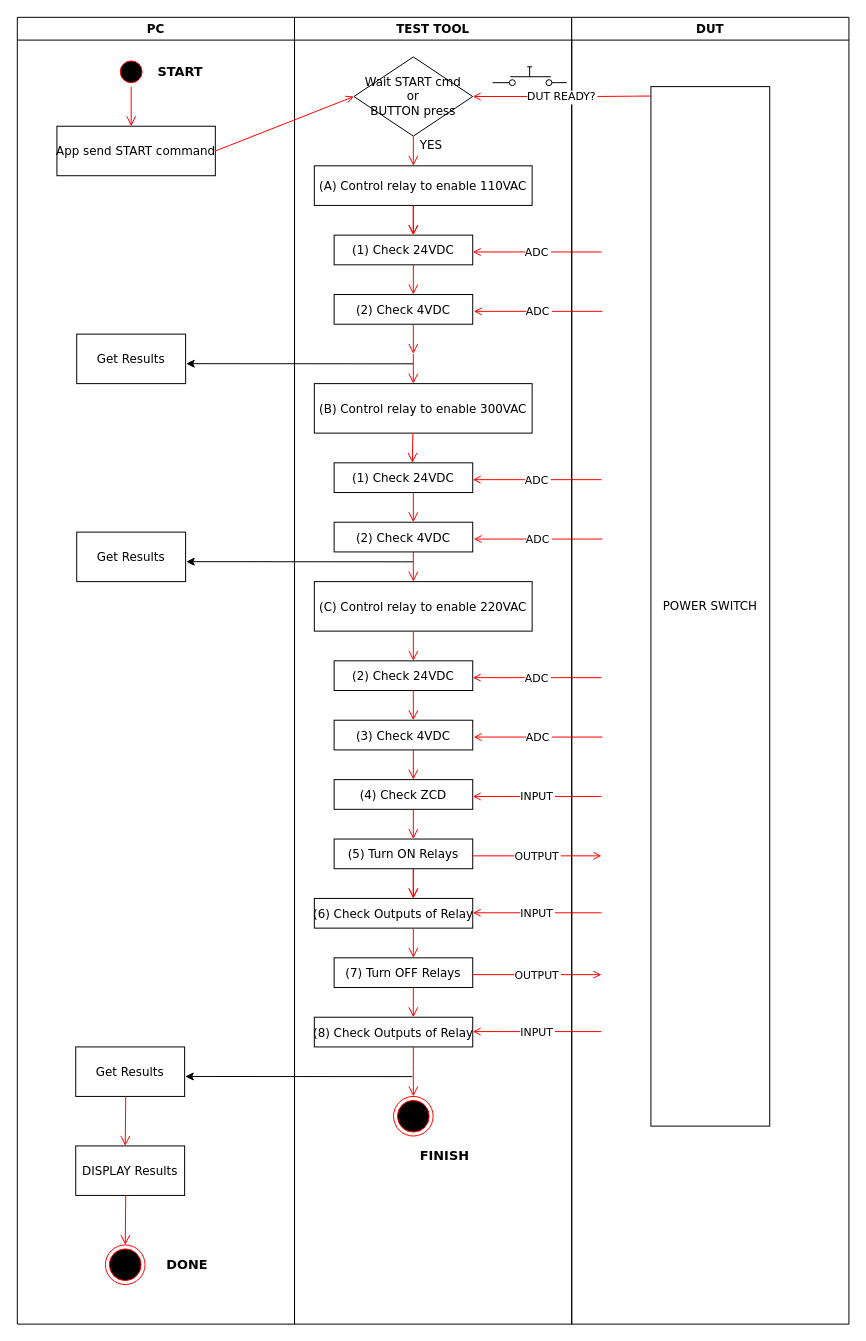
This is Touch_Test_flow.drawio from anhvanthe/01_my_drawio, a draw.io file, before an edit. Source tidied: cells renumbered, new cells numbered last; positions are measured from the earlier drawing's top-left corner, leaving out a move shared by most shapes. Both pictures are drawn from the tidied source at 99%, with x=0, y=0 at pixel (17, 17).
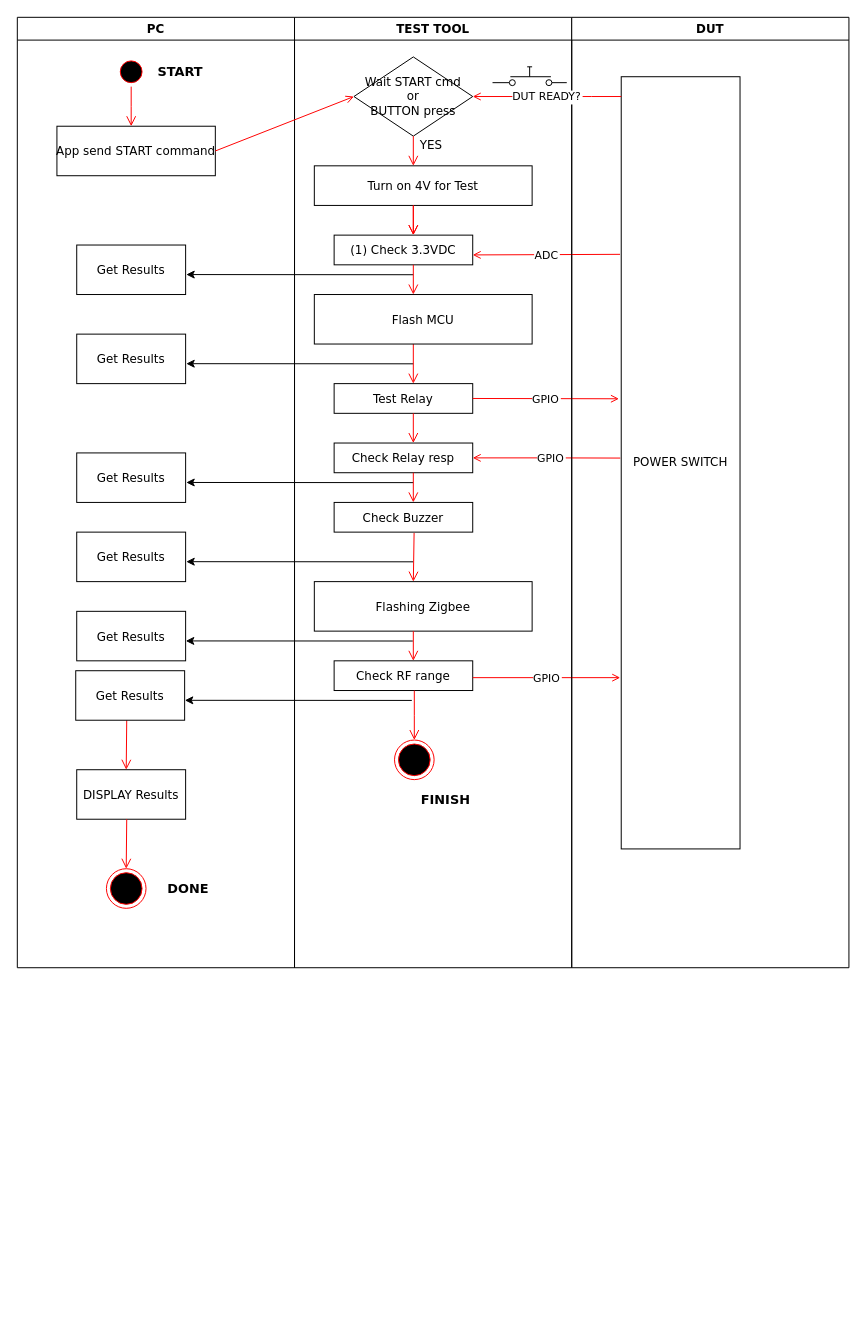
Above is the later version.

Unchanged cells that the change refers to:
```xml
<mxCell id="33" value="Wait START cmd&lt;br&gt;or&lt;br&gt;BUTTON press" style="rhombus;whiteSpace=wrap;html=1;fontFamily=Verdana;" parent="18" vertex="1">
  <mxGeometry x="60" y="40" width="120" height="80" as="geometry" />
</mxCell>
```

What changed in the source:
```diff
@@
     <mxCell id="2" value="PC" style="swimlane;whiteSpace=wrap;fontFamily=Verdana;" parent="1" vertex="1">
-      <mxGeometry width="280" height="1320" as="geometry" />
+      <mxGeometry width="280" height="960" as="geometry" />
     </mxCell>
@@
     <mxCell id="7" value="Get Results" style="fontFamily=Verdana;" parent="2" vertex="1">
-      <mxGeometry x="60" y="320" width="110" height="50" as="geometry" />
+      <mxGeometry x="60" y="230" width="110" height="50" as="geometry" />
     </mxCell>
     <mxCell id="8" style="endArrow=classic;html=1;entryX=1.006;entryY=0.597;entryDx=0;entryDy=0;entryPerimeter=0;fontFamily=Verdana;" parent="2" edge="1" target="7">
       <mxGeometry relative="1" as="geometry">
-        <mxPoint x="400" y="350" as="sourcePoint" />
+        <mxPoint x="400" y="260" as="sourcePoint" />
       </mxGeometry>
     </mxCell>
@@
-    <mxCell id="11" value="Get Results" style="fontFamily=Verdana;" parent="2" vertex="1">
-      <mxGeometry x="59" y="1040" width="110" height="50" as="geometry" />
-    </mxCell>
-    <mxCell id="12" style="endArrow=classic;html=1;entryX=1.006;entryY=0.597;entryDx=0;entryDy=0;entryPerimeter=0;fontFamily=Verdana;" parent="2" edge="1" target="11">
-      <mxGeometry relative="1" as="geometry">
-        <mxPoint x="399" y="1070" as="sourcePoint" />
-      </mxGeometry>
-    </mxCell>
     <mxCell id="13" value="DISPLAY Results" style="fontFamily=Verdana;" parent="2" vertex="1">
-      <mxGeometry x="59" y="1140" width="110" height="50" as="geometry" />
+      <mxGeometry x="60" y="760" width="110" height="50" as="geometry" />
     </mxCell>
     <mxCell id="14" style="edgeStyle=elbowEdgeStyle;elbow=horizontal;verticalAlign=bottom;endArrow=open;endSize=8;strokeColor=#FF0000;endFill=1;rounded=0;fontFamily=Verdana;" parent="2" edge="1">
-      <mxGeometry x="-4025.5" y="-150" as="geometry">
-        <mxPoint x="109.5" y="1090" as="sourcePoint" />
-        <mxPoint x="109" y="1140" as="targetPoint" />
+      <mxGeometry x="-4024.5" y="-530" as="geometry">
+        <mxPoint x="110.5" y="710" as="sourcePoint" />
+        <mxPoint x="110" y="760" as="targetPoint" />
       </mxGeometry>
     </mxCell>
     <mxCell id="15" style="edgeStyle=elbowEdgeStyle;elbow=horizontal;verticalAlign=bottom;endArrow=open;endSize=8;strokeColor=#FF0000;endFill=1;rounded=0;fontFamily=Verdana;" parent="2" edge="1">
-      <mxGeometry x="-4185.5" y="-170" as="geometry">
-        <mxPoint x="109.5" y="1190" as="sourcePoint" />
-        <mxPoint x="109" y="1240" as="targetPoint" />
+      <mxGeometry x="-4184.5" y="-550" as="geometry">
+        <mxPoint x="110.5" y="810" as="sourcePoint" />
+        <mxPoint x="110" y="860" as="targetPoint" />
       </mxGeometry>
     </mxCell>
     <mxCell id="16" style="ellipse;shape=endState;fillColor=#000000;strokeColor=#ff0000;fontFamily=Verdana;" parent="2" vertex="1">
-      <mxGeometry x="89" y="1240" width="40" height="40" as="geometry" />
+      <mxGeometry x="90" y="860" width="40" height="40" as="geometry" />
     </mxCell>
     <mxCell id="17" value="&lt;font style=&quot;font-size: 13px&quot;&gt;&lt;b&gt;DONE&lt;/b&gt;&lt;/font&gt;" style="text;html=1;align=left;verticalAlign=top;spacingTop=-4;fontFamily=Verdana;" parent="2" vertex="1">
-      <mxGeometry x="149" y="1250" width="60" height="20" as="geometry" />
+      <mxGeometry x="150" y="870" width="60" height="20" as="geometry" />
     </mxCell>
+    <mxCell id="71" value="Get Results" style="fontFamily=Verdana;" parent="2" vertex="1">
+      <mxGeometry x="60" y="320" width="110" height="50" as="geometry" />
+    </mxCell>
+    <mxCell id="72" style="endArrow=classic;html=1;entryX=1.006;entryY=0.597;entryDx=0;entryDy=0;entryPerimeter=0;fontFamily=Verdana;" parent="2" edge="1" target="71">
+      <mxGeometry relative="1" as="geometry">
+        <mxPoint x="400" y="350" as="sourcePoint" />
+      </mxGeometry>
+    </mxCell>
+    <mxCell id="73" style="edgeStyle=elbowEdgeStyle;elbow=horizontal;verticalAlign=bottom;endArrow=open;endSize=8;strokeColor=#FF0000;endFill=1;rounded=0;fontFamily=Verdana;entryX=0.57;entryY=0;entryDx=0;entryDy=0;entryPerimeter=0;" parent="2" edge="1" target="36">
+      <mxGeometry x="-655" y="-70" as="geometry">
+        <mxPoint x="400" y="330" as="sourcePoint" />
+      </mxGeometry>
+    </mxCell>
+    <mxCell id="74" value="Get Results" style="fontFamily=Verdana;" parent="2" vertex="1">
+      <mxGeometry x="60" y="440" width="110" height="50" as="geometry" />
+    </mxCell>
+    <mxCell id="75" style="endArrow=classic;html=1;entryX=1.006;entryY=0.597;entryDx=0;entryDy=0;entryPerimeter=0;fontFamily=Verdana;" parent="2" edge="1" target="74">
+      <mxGeometry relative="1" as="geometry">
+        <mxPoint x="400" y="470" as="sourcePoint" />
+      </mxGeometry>
+    </mxCell>
+    <mxCell id="76" value="Get Results" style="fontFamily=Verdana;" parent="2" vertex="1">
+      <mxGeometry x="60" y="600" width="110" height="50" as="geometry" />
+    </mxCell>
+    <mxCell id="77" style="endArrow=classic;html=1;entryX=1.006;entryY=0.597;entryDx=0;entryDy=0;entryPerimeter=0;fontFamily=Verdana;" parent="2" edge="1">
+      <mxGeometry relative="1" as="geometry">
+        <mxPoint x="399.5" y="630" as="sourcePoint" />
+        <mxPoint x="170.2" y="629.9" as="targetPoint" />
+      </mxGeometry>
+    </mxCell>
+    <mxCell id="78" value="Get Results" style="fontFamily=Verdana;" parent="2" vertex="1">
+      <mxGeometry x="59" y="660" width="110" height="50" as="geometry" />
+    </mxCell>
+    <mxCell id="79" style="endArrow=classic;html=1;entryX=1.006;entryY=0.597;entryDx=0;entryDy=0;entryPerimeter=0;fontFamily=Verdana;" parent="2" edge="1">
+      <mxGeometry relative="1" as="geometry">
+        <mxPoint x="398.5" y="690" as="sourcePoint" />
+        <mxPoint x="169.2" y="689.9" as="targetPoint" />
+      </mxGeometry>
+    </mxCell>
     <mxCell id="18" value="TEST TOOL" style="swimlane;whiteSpace=wrap;startSize=23;fontFamily=Verdana;" parent="1" vertex="1">
-      <mxGeometry x="280" width="280" height="1320" as="geometry" />
+      <mxGeometry x="280" width="280" height="960" as="geometry" />
     </mxCell>
-    <mxCell id="19" value="(A) Control relay to enable 110VAC" style="fontFamily=Verdana;" parent="18" vertex="1">
+    <mxCell id="19" value="Turn on 4V for Test" style="fontFamily=Verdana;" parent="18" vertex="1">
       <mxGeometry x="20" y="150" width="220" height="40" as="geometry" />
     </mxCell>
-    <mxCell id="20" value="(1) Check 24VDC" style="fontFamily=Verdana;" parent="18" vertex="1">
+    <mxCell id="20" value="(1) Check 3.3VDC" style="fontFamily=Verdana;" parent="18" vertex="1">
       <mxGeometry x="40" y="220" width="140" height="30" as="geometry" />
     </mxCell>
-    <mxCell id="21" value="(2) Check 4VDC" style="fontFamily=Verdana;" parent="18" vertex="1">
-      <mxGeometry x="40" y="280" width="140" height="30" as="geometry" />
-    </mxCell>
-    <mxCell id="22" value="ADC" style="endArrow=open;strokeColor=#FF0000;endFill=1;rounded=0;fontFamily=Verdana;" parent="18" edge="1">
+    <mxCell id="22" value="ADC" style="endArrow=open;strokeColor=#FF0000;endFill=1;rounded=0;fontFamily=Verdana;exitX=-0.01;exitY=0.23;exitDx=0;exitDy=0;exitPerimeter=0;" parent="18" edge="1" source="68">
       <mxGeometry relative="1" as="geometry">
-        <mxPoint x="310" y="237" as="sourcePoint" />
-        <mxPoint x="180" y="237" as="targetPoint" />
+        <mxPoint x="180" y="240" as="targetPoint" />
       </mxGeometry>
     </mxCell>
-    <mxCell id="23" value="ADC" style="endArrow=open;strokeColor=#FF0000;endFill=1;rounded=0;fontFamily=Verdana;" parent="18" edge="1">
-      <mxGeometry relative="1" as="geometry">
-        <mxPoint x="311" y="297" as="sourcePoint" />
-        <mxPoint x="181" y="297" as="targetPoint" />
-      </mxGeometry>
-    </mxCell>
@@
-    <mxCell id="27" style="edgeStyle=elbowEdgeStyle;elbow=horizontal;verticalAlign=bottom;endArrow=open;endSize=8;strokeColor=#FF0000;endFill=1;rounded=0;fontFamily=Verdana;" parent="18" edge="1">
-      <mxGeometry x="-935" y="-90" as="geometry">
-        <mxPoint x="120" y="310" as="sourcePoint" />
-        <mxPoint x="119.8" y="340" as="targetPoint" />
-      </mxGeometry>
-    </mxCell>
-    <mxCell id="28" style="edgeStyle=elbowEdgeStyle;elbow=horizontal;verticalAlign=bottom;endArrow=open;endSize=8;strokeColor=#FF0000;endFill=1;rounded=0;fontFamily=Verdana;" parent="18" edge="1">
-      <mxGeometry x="-2255" y="-420" as="geometry">
-        <mxPoint x="120" y="340" as="sourcePoint" />
-        <mxPoint x="119.8" y="370" as="targetPoint" />
-      </mxGeometry>
-    </mxCell>
-    <mxCell id="29" value="(B) Control relay to enable 300VAC" style="fontFamily=Verdana;" parent="18" vertex="1">
-      <mxGeometry x="20" y="370" width="220" height="50" as="geometry" />
+    <mxCell id="29" value="Flash MCU" style="fontFamily=Verdana;" parent="18" vertex="1">
+      <mxGeometry x="20" y="280" width="220" height="50" as="geometry" />
     </mxCell>
-    <mxCell id="30" value="(C) Control relay to enable 220VAC" style="fontFamily=Verdana;" parent="18" vertex="1">
+    <mxCell id="30" value="Flashing Zigbee" style="fontFamily=Verdana;" parent="18" vertex="1">
       <mxGeometry x="20" y="570" width="220" height="50" as="geometry" />
     </mxCell>
-    <mxCell id="31" style="edgeStyle=elbowEdgeStyle;elbow=horizontal;verticalAlign=bottom;endArrow=open;endSize=8;strokeColor=#FF0000;endFill=1;rounded=0;fontFamily=Verdana;" parent="18" edge="1">
-      <mxGeometry x="-3135" y="-140" as="geometry">
-        <mxPoint x="120" y="860" as="sourcePoint" />
-        <mxPoint x="119.8" y="890" as="targetPoint" />
-      </mxGeometry>
-    </mxCell>
-    <mxCell id="32" style="edgeStyle=elbowEdgeStyle;elbow=horizontal;verticalAlign=bottom;endArrow=open;endSize=8;strokeColor=#FF0000;endFill=1;rounded=0;fontFamily=Verdana;" parent="18" edge="1">
-      <mxGeometry x="-3135" y="-460" as="geometry">
-        <mxPoint x="120" y="540" as="sourcePoint" />
-        <mxPoint x="119.8" y="570" as="targetPoint" />
-      </mxGeometry>
-    </mxCell>
@@
-    <mxCell id="36" value="(1) Check 24VDC" style="fontFamily=Verdana;" parent="18" vertex="1">
-      <mxGeometry x="40" y="450" width="140" height="30" as="geometry" />
+    <mxCell id="36" value="Test Relay" style="fontFamily=Verdana;" parent="18" vertex="1">
+      <mxGeometry x="40" y="370" width="140" height="30" as="geometry" />
     </mxCell>
-    <mxCell id="37" value="(2) Check 4VDC" style="fontFamily=Verdana;" parent="18" vertex="1">
-      <mxGeometry x="40" y="510" width="140" height="30" as="geometry" />
+    <mxCell id="37" value="Check Relay resp" style="fontFamily=Verdana;" parent="18" vertex="1">
+      <mxGeometry x="40" y="430" width="140" height="30" as="geometry" />
     </mxCell>
-    <mxCell id="38" value="ADC" style="endArrow=open;strokeColor=#FF0000;endFill=1;rounded=0;fontFamily=Verdana;" parent="18" edge="1">
+    <mxCell id="38" value="GPIO" style="endArrow=open;strokeColor=#FF0000;endFill=1;rounded=0;fontFamily=Verdana;exitX=-0.019;exitY=0.386;exitDx=0;exitDy=0;exitPerimeter=0;" parent="18" edge="1">
       <mxGeometry relative="1" as="geometry">
-        <mxPoint x="310" y="467" as="sourcePoint" />
-        <mxPoint x="180" y="467" as="targetPoint" />
+        <mxPoint x="180" y="385" as="sourcePoint" />
+        <mxPoint x="327.7" y="385.3" as="targetPoint" />
       </mxGeometry>
     </mxCell>
-    <mxCell id="39" value="ADC" style="endArrow=open;strokeColor=#FF0000;endFill=1;rounded=0;fontFamily=Verdana;" parent="18" edge="1">
-      <mxGeometry relative="1" as="geometry">
-        <mxPoint x="311" y="527" as="sourcePoint" />
-        <mxPoint x="181" y="527" as="targetPoint" />
-      </mxGeometry>
-    </mxCell>
     <mxCell id="40" style="edgeStyle=elbowEdgeStyle;elbow=horizontal;verticalAlign=bottom;endArrow=open;endSize=8;strokeColor=#FF0000;endFill=1;rounded=0;fontFamily=Verdana;" parent="18" edge="1">
-      <mxGeometry x="-935" y="80" as="geometry">
-        <mxPoint x="120" y="480" as="sourcePoint" />
-        <mxPoint x="119.8" y="510" as="targetPoint" />
+      <mxGeometry x="-935" as="geometry">
+        <mxPoint x="120" y="400" as="sourcePoint" />
+        <mxPoint x="119.8" y="430" as="targetPoint" />
       </mxGeometry>
     </mxCell>
-    <mxCell id="41" style="edgeStyle=elbowEdgeStyle;elbow=horizontal;verticalAlign=bottom;endArrow=open;endSize=8;strokeColor=#FF0000;endFill=1;rounded=0;fontFamily=Verdana;" parent="18" edge="1">
-      <mxGeometry x="-935.5" y="20" as="geometry">
-        <mxPoint x="119.5" y="420" as="sourcePoint" />
-        <mxPoint x="119.3" y="450" as="targetPoint" />
-      </mxGeometry>
-    </mxCell>
-    <mxCell id="42" value="(2) Check 24VDC" style="fontFamily=Verdana;" parent="18" vertex="1">
+    <mxCell id="42" value="Check RF range" style="fontFamily=Verdana;" parent="18" vertex="1">
       <mxGeometry x="40" y="650" width="140" height="30" as="geometry" />
     </mxCell>
-    <mxCell id="43" value="(3) Check 4VDC" style="fontFamily=Verdana;" parent="18" vertex="1">
-      <mxGeometry x="40" y="710" width="140" height="30" as="geometry" />
-    </mxCell>
-    <mxCell id="44" value="(4) Check ZCD" style="fontFamily=Verdana;" parent="18" vertex="1">
-      <mxGeometry x="40" y="770" width="140" height="30" as="geometry" />
-    </mxCell>
-    <mxCell id="45" value="(5) Turn ON Relays" style="fontFamily=Verdana;" parent="18" vertex="1">
-      <mxGeometry x="40" y="830" width="140" height="30" as="geometry" />
-    </mxCell>
-    <mxCell id="46" value="ADC" style="endArrow=open;strokeColor=#FF0000;endFill=1;rounded=0;fontFamily=Verdana;" parent="18" edge="1">
+    <mxCell id="46" value="GPIO" style="endArrow=open;strokeColor=#FF0000;endFill=1;rounded=0;fontFamily=Verdana;exitX=-0.012;exitY=0.578;exitDx=0;exitDy=0;exitPerimeter=0;" parent="18" edge="1">
       <mxGeometry relative="1" as="geometry">
-        <mxPoint x="310" y="667" as="sourcePoint" />
-        <mxPoint x="180" y="667" as="targetPoint" />
+        <mxPoint x="180" y="667" as="sourcePoint" />
+        <mxPoint x="329" y="667" as="targetPoint" />
+        <Array as="points">
+          <mxPoint x="250" y="667" />
+        </Array>
       </mxGeometry>
     </mxCell>
-    <mxCell id="47" value="ADC" style="endArrow=open;strokeColor=#FF0000;endFill=1;rounded=0;fontFamily=Verdana;" parent="18" edge="1">
-      <mxGeometry relative="1" as="geometry">
-        <mxPoint x="311" y="727" as="sourcePoint" />
-        <mxPoint x="181" y="727" as="targetPoint" />
-      </mxGeometry>
-    </mxCell>
-    <mxCell id="48" value="INPUT" style="endArrow=open;strokeColor=#FF0000;endFill=1;rounded=0;fontFamily=Verdana;" parent="18" edge="1">
-      <mxGeometry relative="1" as="geometry">
-        <mxPoint x="310" y="787" as="sourcePoint" />
-        <mxPoint x="180" y="787" as="targetPoint" />
-      </mxGeometry>
-    </mxCell>
-    <mxCell id="49" value="OUTPUT" style="endArrow=open;strokeColor=#FF0000;endFill=1;rounded=0;fontFamily=Verdana;" parent="18" edge="1">
-      <mxGeometry relative="1" as="geometry">
-        <mxPoint x="180" y="847" as="sourcePoint" />
-        <mxPoint x="310" y="847" as="targetPoint" />
-      </mxGeometry>
-    </mxCell>
-    <mxCell id="50" value="(6) Check Outputs of Relay" style="fontFamily=Verdana;" parent="18" vertex="1">
-      <mxGeometry x="20" y="890" width="160" height="30" as="geometry" />
-    </mxCell>
-    <mxCell id="51" value="INPUT" style="endArrow=open;strokeColor=#FF0000;endFill=1;rounded=0;fontFamily=Verdana;" parent="18" edge="1">
-      <mxGeometry relative="1" as="geometry">
-        <mxPoint x="310" y="904.5" as="sourcePoint" />
-        <mxPoint x="180" y="904.5" as="targetPoint" />
-      </mxGeometry>
-    </mxCell>
-    <mxCell id="52" value="(7) Turn OFF Relays" style="fontFamily=Verdana;" parent="18" vertex="1">
-      <mxGeometry x="40" y="950" width="140" height="30" as="geometry" />
-    </mxCell>
-    <mxCell id="53" value="OUTPUT" style="endArrow=open;strokeColor=#FF0000;endFill=1;rounded=0;fontFamily=Verdana;" parent="18" edge="1">
-      <mxGeometry relative="1" as="geometry">
-        <mxPoint x="180" y="967" as="sourcePoint" />
-        <mxPoint x="310" y="967" as="targetPoint" />
-      </mxGeometry>
-    </mxCell>
-    <mxCell id="54" value="(8) Check Outputs of Relay" style="fontFamily=Verdana;" parent="18" vertex="1">
-      <mxGeometry x="20" y="1010" width="160" height="30" as="geometry" />
-    </mxCell>
-    <mxCell id="55" value="INPUT" style="endArrow=open;strokeColor=#FF0000;endFill=1;rounded=0;fontFamily=Verdana;" parent="18" edge="1">
-      <mxGeometry relative="1" as="geometry">
-        <mxPoint x="310" y="1024.5" as="sourcePoint" />
-        <mxPoint x="180" y="1024.5" as="targetPoint" />
-      </mxGeometry>
-    </mxCell>
@@
-    <mxCell id="57" style="edgeStyle=elbowEdgeStyle;elbow=horizontal;verticalAlign=bottom;endArrow=open;endSize=8;strokeColor=#FF0000;endFill=1;rounded=0;fontFamily=Verdana;" parent="18" edge="1">
-      <mxGeometry x="-1855" y="280" as="geometry">
-        <mxPoint x="120" y="680" as="sourcePoint" />
-        <mxPoint x="119.8" y="710" as="targetPoint" />
-      </mxGeometry>
-    </mxCell>
-    <mxCell id="58" style="edgeStyle=elbowEdgeStyle;elbow=horizontal;verticalAlign=bottom;endArrow=open;endSize=8;strokeColor=#FF0000;endFill=1;rounded=0;fontFamily=Verdana;" parent="18" edge="1">
-      <mxGeometry x="-2295" y="220" as="geometry">
-        <mxPoint x="120" y="740" as="sourcePoint" />
-        <mxPoint x="119.8" y="770" as="targetPoint" />
-      </mxGeometry>
-    </mxCell>
-    <mxCell id="59" style="edgeStyle=elbowEdgeStyle;elbow=horizontal;verticalAlign=bottom;endArrow=open;endSize=8;strokeColor=#FF0000;endFill=1;rounded=0;fontFamily=Verdana;" parent="18" edge="1">
-      <mxGeometry x="-2295" y="280" as="geometry">
-        <mxPoint x="120" y="800" as="sourcePoint" />
-        <mxPoint x="119.8" y="830" as="targetPoint" />
-      </mxGeometry>
-    </mxCell>
-    <mxCell id="60" style="edgeStyle=elbowEdgeStyle;elbow=horizontal;verticalAlign=bottom;endArrow=open;endSize=8;strokeColor=#FF0000;endFill=1;rounded=0;fontFamily=Verdana;" parent="18" edge="1">
-      <mxGeometry x="-2735" y="220" as="geometry">
-        <mxPoint x="120" y="860" as="sourcePoint" />
-        <mxPoint x="119.8" y="890" as="targetPoint" />
-      </mxGeometry>
-    </mxCell>
-    <mxCell id="61" style="edgeStyle=elbowEdgeStyle;elbow=horizontal;verticalAlign=bottom;endArrow=open;endSize=8;strokeColor=#FF0000;endFill=1;rounded=0;fontFamily=Verdana;" parent="18" edge="1">
-      <mxGeometry x="-2735" y="280" as="geometry">
-        <mxPoint x="120" y="920" as="sourcePoint" />
-        <mxPoint x="119.8" y="950" as="targetPoint" />
-      </mxGeometry>
-    </mxCell>
-    <mxCell id="62" style="edgeStyle=elbowEdgeStyle;elbow=horizontal;verticalAlign=bottom;endArrow=open;endSize=8;strokeColor=#FF0000;endFill=1;rounded=0;fontFamily=Verdana;" parent="18" edge="1">
-      <mxGeometry x="-3175" y="220" as="geometry">
-        <mxPoint x="120" y="980" as="sourcePoint" />
-        <mxPoint x="119.8" y="1010" as="targetPoint" />
-      </mxGeometry>
-    </mxCell>
     <mxCell id="63" style="edgeStyle=elbowEdgeStyle;elbow=horizontal;verticalAlign=bottom;endArrow=open;endSize=8;strokeColor=#FF0000;endFill=1;rounded=0;fontFamily=Verdana;" parent="18" edge="1">
-      <mxGeometry x="-3615" y="160" as="geometry">
-        <mxPoint x="120" y="1040" as="sourcePoint" />
-        <mxPoint x="120" y="1090" as="targetPoint" />
+      <mxGeometry x="-3614" y="-200" as="geometry">
+        <mxPoint x="121" y="680" as="sourcePoint" />
+        <mxPoint x="121" y="730" as="targetPoint" />
       </mxGeometry>
     </mxCell>
@@
     <mxCell id="65" style="ellipse;shape=endState;fillColor=#000000;strokeColor=#ff0000;fontFamily=Verdana;" parent="18" vertex="1">
-      <mxGeometry x="100" y="1090" width="40" height="40" as="geometry" />
+      <mxGeometry x="101" y="730" width="40" height="40" as="geometry" />
     </mxCell>
     <mxCell id="66" value="&lt;font style=&quot;font-size: 13px&quot;&gt;&lt;b&gt;FINISH&lt;/b&gt;&lt;/font&gt;" style="text;html=1;align=left;verticalAlign=top;spacingTop=-4;fontFamily=Verdana;" parent="18" vertex="1">
-      <mxGeometry x="124.5" y="1140" width="70" height="20" as="geometry" />
+      <mxGeometry x="125.5" y="780" width="70" height="20" as="geometry" />
     </mxCell>
+    <mxCell id="80" value="GPIO" style="endArrow=open;strokeColor=#FF0000;endFill=1;rounded=0;fontFamily=Verdana;exitX=0;exitY=0.445;exitDx=0;exitDy=0;exitPerimeter=0;" parent="18" edge="1">
+      <mxGeometry x="-0.06" relative="1" as="geometry">
+        <mxPoint x="329" y="445.2" as="sourcePoint" />
+        <mxPoint x="180" y="445" as="targetPoint" />
+        <Array as="points">
+          <mxPoint x="260" y="445" />
+        </Array>
+      </mxGeometry>
+    </mxCell>
+    <mxCell id="81" value="Check Buzzer" style="fontFamily=Verdana;" parent="18" vertex="1">
+      <mxGeometry x="40" y="490" width="140" height="30" as="geometry" />
+    </mxCell>
+    <mxCell id="82" style="edgeStyle=elbowEdgeStyle;elbow=horizontal;verticalAlign=bottom;endArrow=open;endSize=8;strokeColor=#FF0000;endFill=1;rounded=0;fontFamily=Verdana;" parent="18" edge="1">
+      <mxGeometry x="-1375" y="-60" as="geometry">
+        <mxPoint x="120" y="460" as="sourcePoint" />
+        <mxPoint x="119.8" y="490" as="targetPoint" />
+      </mxGeometry>
+    </mxCell>
+    <mxCell id="83" style="edgeStyle=elbowEdgeStyle;elbow=horizontal;verticalAlign=bottom;endArrow=open;endSize=8;strokeColor=#FF0000;endFill=1;rounded=0;fontFamily=Verdana;exitX=0.577;exitY=1.028;exitDx=0;exitDy=0;exitPerimeter=0;" parent="18" edge="1" source="81">
+      <mxGeometry x="-1094.5" y="10" as="geometry">
+        <mxPoint x="120" y="570" as="targetPoint" />
+      </mxGeometry>
+    </mxCell>
     <mxCell id="67" value="DUT" style="swimlane;whiteSpace=wrap;fontFamily=Verdana;" parent="1" vertex="1">
-      <mxGeometry x="560" width="280" height="1320" as="geometry" />
+      <mxGeometry x="560" width="280" height="960" as="geometry" />
     </mxCell>
     <mxCell id="68" value="POWER SWITCH" style="rounded=0;whiteSpace=wrap;html=1;fontFamily=Verdana;" parent="67" vertex="1">
-      <mxGeometry x="80" y="70" width="120" height="1050" as="geometry" />
+      <mxGeometry x="50" y="60" width="120" height="780" as="geometry" />
     </mxCell>
     <mxCell id="69" value="DUT READY?" style="endArrow=open;strokeColor=#FF0000;endFill=1;rounded=0;fontFamily=Verdana;entryX=1;entryY=0.5;entryDx=0;entryDy=0;" parent="67" edge="1" target="33">
       <mxGeometry relative="1" as="geometry">
-        <mxPoint x="80" y="79.5" as="sourcePoint" />
+        <mxPoint x="50" y="80" as="sourcePoint" />
         <Array as="points">
+          <mxPoint x="50" y="80" />
           <mxPoint x="20" y="80" />
         </Array>
       </mxGeometry>
     </mxCell>
```
